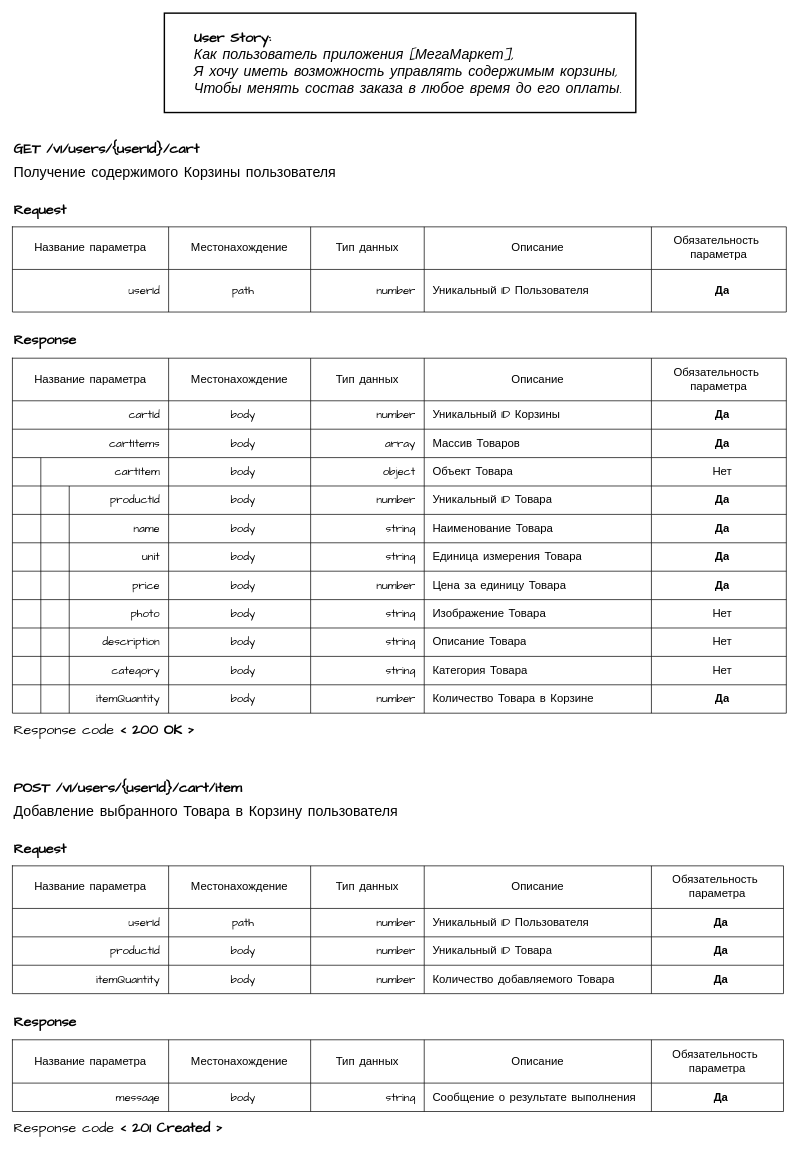
Before: Ryabtsev_Alexander/Source/T10_API.drawio in abdullahproff/BSA21_1, a draw.io diagram. Source tidied: cells renumbered, new cells numbered last; positions are measured from the earlier drawing's top-left corner, leaving out a move shared by most shapes. Both pictures are drawn from the tidied source at 71%, with x=0, y=0 at pixel (12, 13).
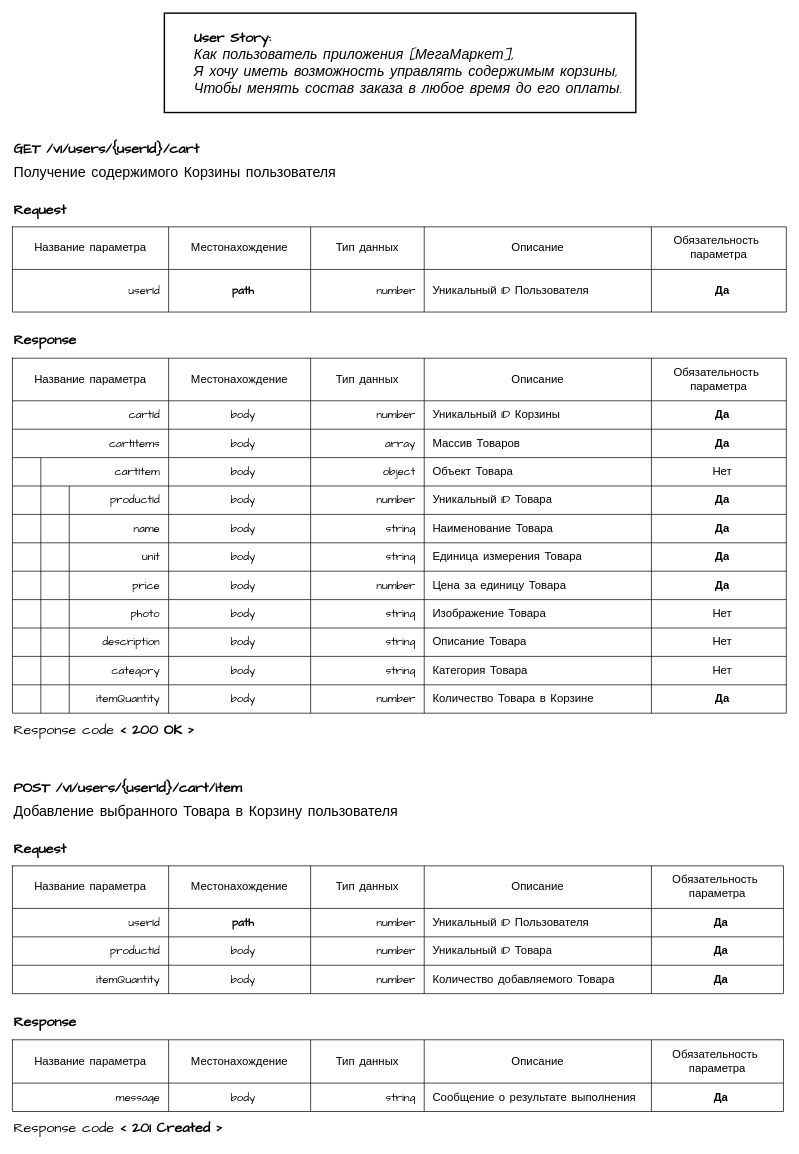
After the change.

Commit message:
This adds minimal visual improvements

The change refers to these unchanged cells:
```xml
<mxCell id="10" style="shape=tableRow;horizontal=0;startSize=0;swimlaneHead=0;swimlaneBody=0;strokeColor=inherit;top=0;left=0;bottom=0;right=0;fillColor=none;fontFamily=Comic Sans MS;fontSize=16;align=center;fontStyle=0;" parent="3" vertex="1">
  <mxGeometry y="60" width="1090" height="60" as="geometry" />
</mxCell>
<mxCell id="103" style="shape=tableRow;horizontal=0;startSize=0;swimlaneHead=0;swimlaneBody=0;strokeColor=inherit;top=0;left=0;bottom=0;right=0;fillColor=none;fontFamily=Comic Sans MS;fontSize=16;align=center;fontStyle=0;" parent="96" vertex="1">
  <mxGeometry y="60" width="1086" height="40" as="geometry" />
</mxCell>
```

Diff of the diagram source:
```diff
@@
-    <mxCell id="12" value="path" style="shape=partialRectangle;html=1;whiteSpace=wrap;strokeColor=inherit;overflow=hidden;fillColor=none;top=0;left=0;bottom=0;right=0;fontFamily=Comic Sans MS;fontSize=16;spacingLeft=10;align=center;fontStyle=0;" parent="10" vertex="1">
+    <mxCell id="12" value="&lt;b&gt;path&lt;/b&gt;" style="shape=partialRectangle;html=1;whiteSpace=wrap;strokeColor=inherit;overflow=hidden;fillColor=none;top=0;left=0;bottom=0;right=0;fontFamily=Comic Sans MS;fontSize=16;spacingLeft=10;align=center;fontStyle=0;" parent="10" vertex="1">
       <mxGeometry x="220" width="200" height="60" as="geometry" />
     </mxCell>
@@
-    <mxCell id="105" value="path" style="shape=partialRectangle;html=1;whiteSpace=wrap;strokeColor=inherit;overflow=hidden;fillColor=none;top=0;left=0;bottom=0;right=0;fontFamily=Comic Sans MS;fontSize=16;spacingLeft=10;align=center;fontStyle=0;" parent="103" vertex="1">
+    <mxCell id="105" value="&lt;b&gt;path&lt;/b&gt;" style="shape=partialRectangle;html=1;whiteSpace=wrap;strokeColor=inherit;overflow=hidden;fillColor=none;top=0;left=0;bottom=0;right=0;fontFamily=Comic Sans MS;fontSize=16;spacingLeft=10;align=center;fontStyle=0;" parent="103" vertex="1">
       <mxGeometry x="220" width="200" height="40" as="geometry" />
     </mxCell>
```
